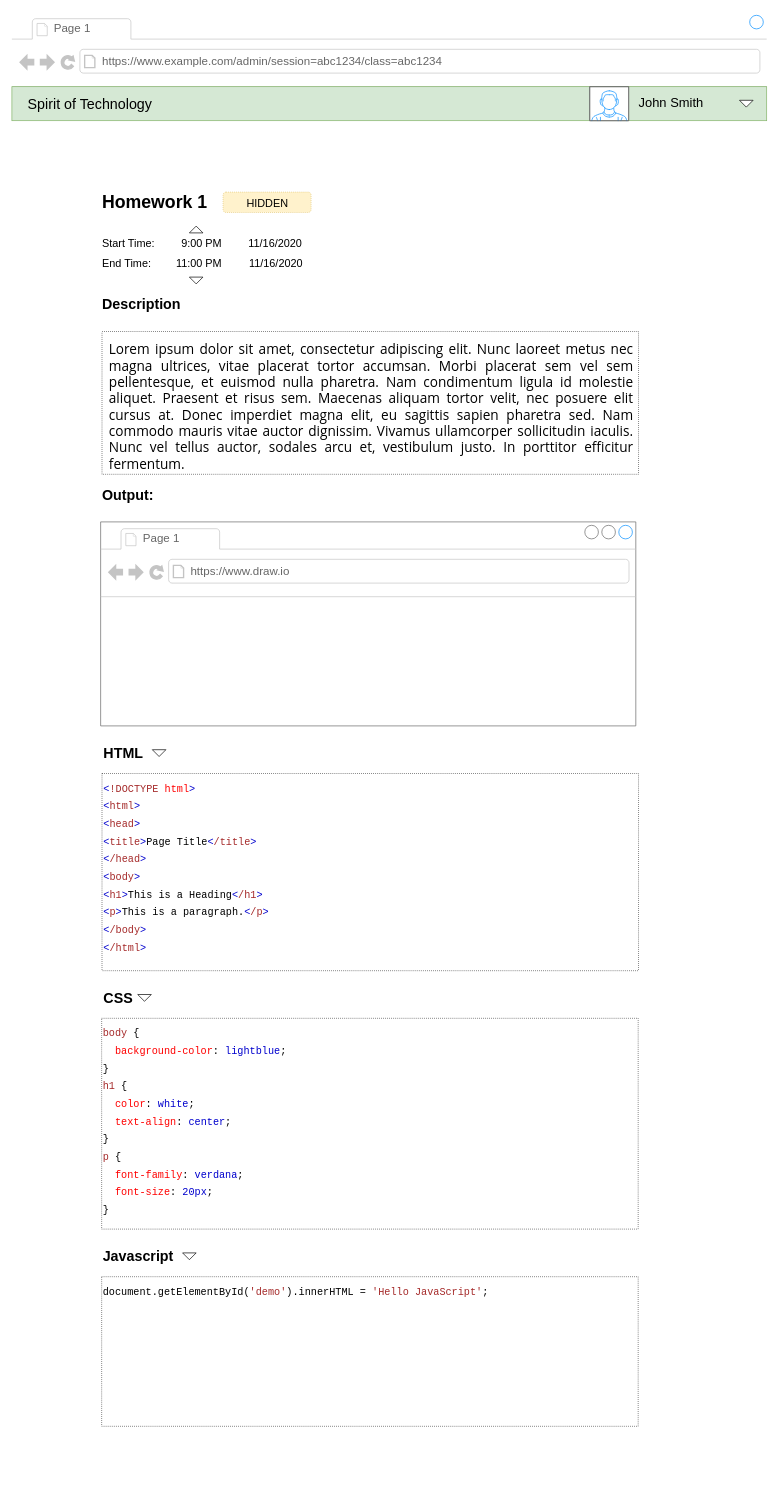
Above: page "Admin Homework" (8 of 17) of wireframe.drawio in AnsonTran/Live-Coding-Docs (draw.io), before the change. Source tidied: cells renumbered, new cells numbered last; positions are measured from the earlier drawing's top-left corner, leaving out a move shared by most shapes. Both pictures are drawn from the tidied source at 68%, with x=0, y=0 at pixel (12, 12).
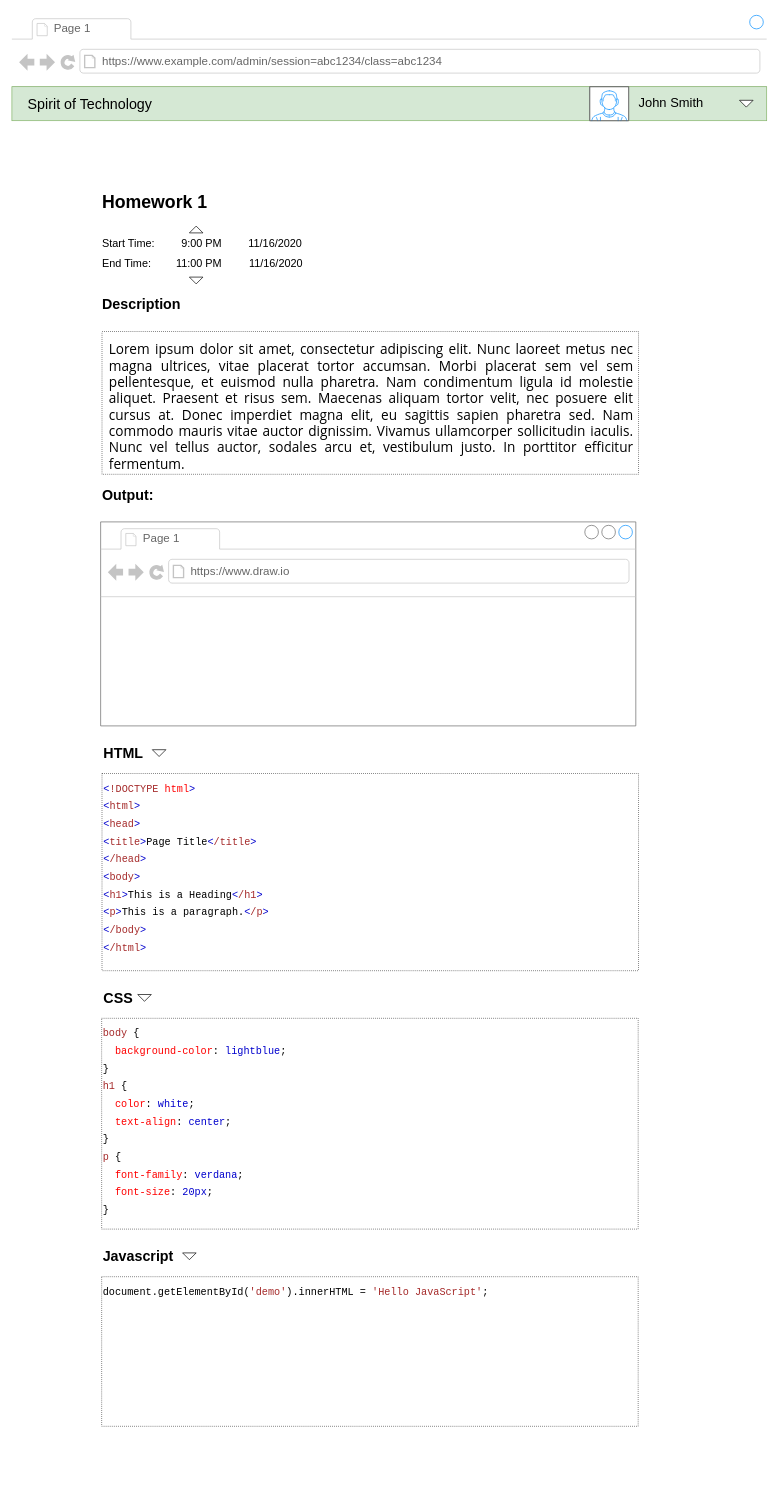
After the change.

Unchanged cells that the change refers to:
```xml
<mxCell id="2" style="strokeWidth=1;shadow=0;dashed=0;align=left;html=1;shape=mxgraph.mockup.containers.browserWindow;rSize=0;strokeColor2=#008cff;strokeColor3=#c4c4c4;mainText=,;strokeColor=#FFFFFF;fontColor=#FFFFFF;fontSize=21;spacingLeft=0;spacingBottom=0;spacingTop=0;spacing=5;" parent="1" vertex="1">
  <mxGeometry width="1110" height="2160" as="geometry" />
</mxCell>
```

Change to the diagram source:
```diff
@@
-    <mxCell id="28" value="&lt;font style=&quot;font-size: 16px&quot;&gt;HIDDEN&lt;/font&gt;" style="rounded=1;whiteSpace=wrap;html=1;shadow=0;dashed=1;dashPattern=1 2;sketch=0;strokeColor=#d6b656;fontSize=21;align=center;fillColor=#fff2cc;" parent="2" vertex="1">
-      <mxGeometry x="310.5" y="265" width="129.5" height="30" as="geometry" />
-    </mxCell>
```
